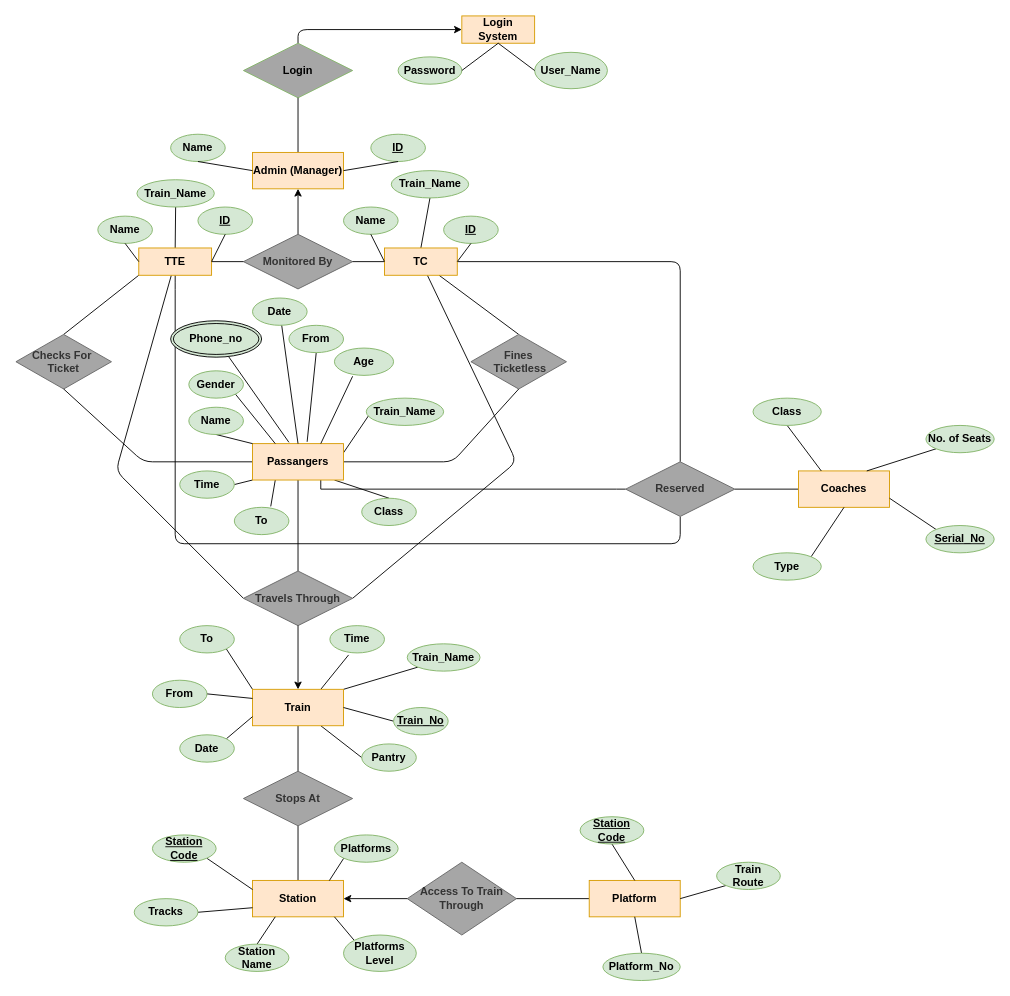
The draw.io diagram ERdbmsre.drawio in gameboy-stack/TTreserv, before the edit. Source tidied: cells renumbered, new cells numbered last; positions are measured from the earlier drawing's top-left corner, leaving out a move shared by most shapes. Both pictures are drawn from the tidied source at 91%, with x=0, y=0 at pixel (15, 15).
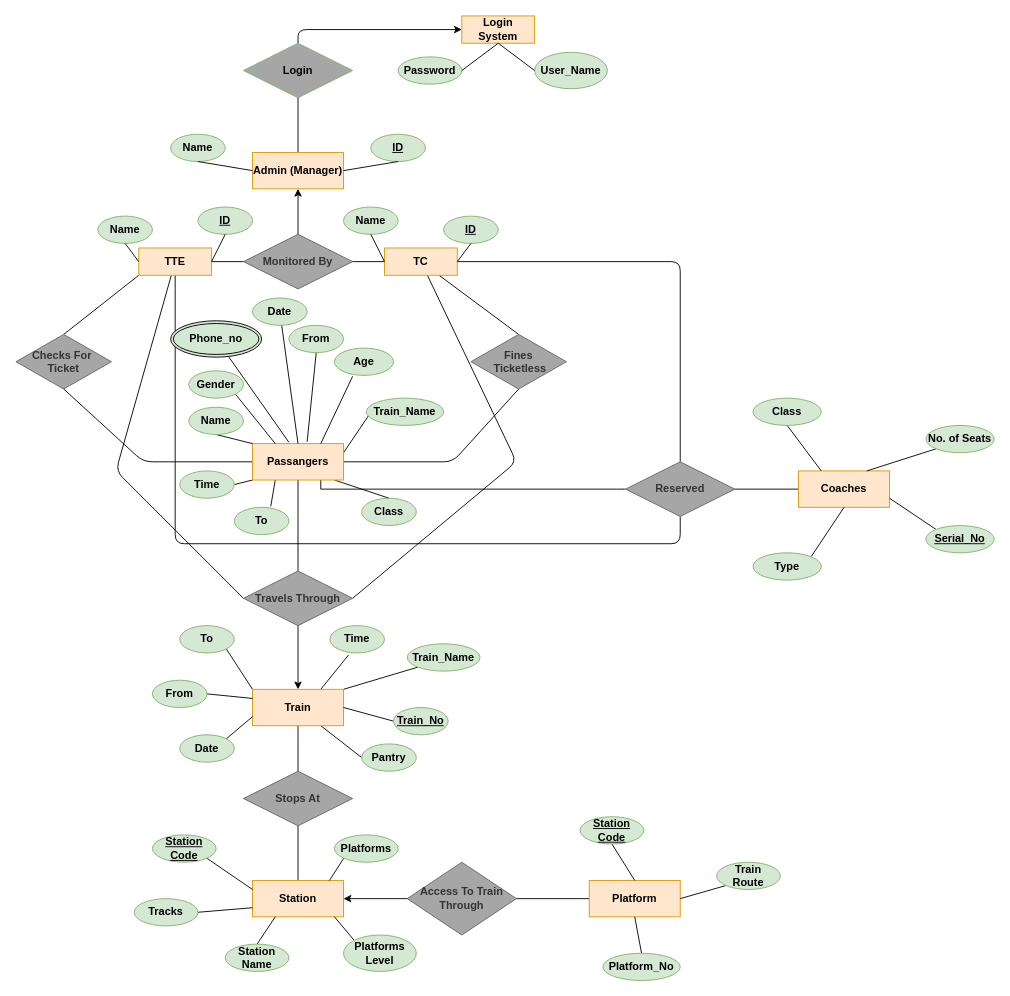
The same diagram, later.

The change refers to these unchanged cells:
```xml
<mxCell id="22" value="&lt;b&gt;TTE&lt;/b&gt;" style="whiteSpace=wrap;html=1;align=center;strokeColor=#d79b00;fillColor=#ffe6cc;" parent="1" vertex="1">
  <mxGeometry x="135" y="255" width="80" height="30" as="geometry" />
</mxCell>
<mxCell id="32" value="&lt;b&gt;TC&lt;/b&gt;" style="whiteSpace=wrap;html=1;align=center;strokeColor=#d79b00;fillColor=#ffe6cc;" parent="1" vertex="1">
  <mxGeometry x="405" y="255" width="80" height="30" as="geometry" />
</mxCell>
```

Change to the diagram source:
```diff
@@
-    <mxCell id="21" style="edgeStyle=none;rounded=0;jettySize=auto;html=1;exitX=0.5;exitY=0;exitDx=0;exitDy=0;fontColor=#333333;endArrow=none;" parent="1" edge="1" source="22" target="120">
-      <mxGeometry relative="1" as="geometry" />
-    </mxCell>
@@
-    <mxCell id="31" style="edgeStyle=none;rounded=0;jettySize=auto;html=1;exitX=0.5;exitY=0;exitDx=0;exitDy=0;entryX=0.5;entryY=1;entryDx=0;entryDy=0;fontColor=#333333;endArrow=none;" parent="1" edge="1" source="32" target="119">
-      <mxGeometry relative="1" as="geometry" />
-    </mxCell>
@@
-    <mxCell id="119" value="&lt;b&gt;Train_Name&lt;/b&gt;" style="ellipse;whiteSpace=wrap;html=1;align=center;fillColor=#d5e8d4;strokeColor=#82b366;" parent="1" vertex="1">
-      <mxGeometry x="412.5" y="170" width="85" height="30" as="geometry" />
-    </mxCell>
-    <mxCell id="120" value="&lt;b&gt;Train_Name&lt;/b&gt;" style="ellipse;whiteSpace=wrap;html=1;align=center;fillColor=#d5e8d4;strokeColor=#82b366;" parent="1" vertex="1">
-      <mxGeometry x="133" y="180" width="85" height="30" as="geometry" />
-    </mxCell>
```
